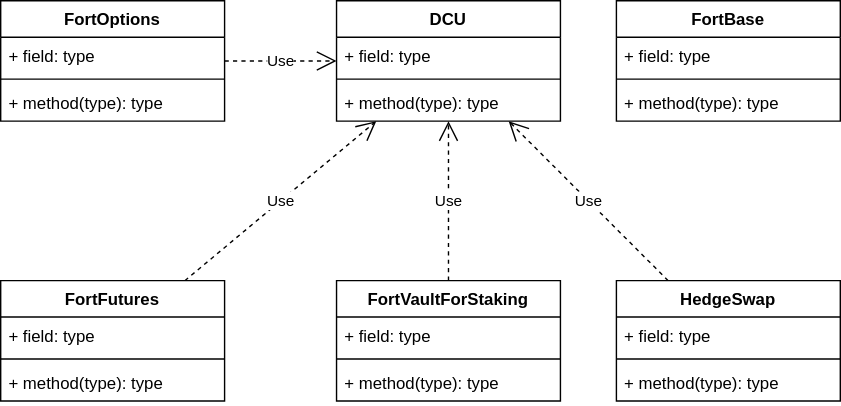
The draw.io diagram docs/structure.svg in NEST-Protocol/NEST-PVM-V1.0, before a commit. Source tidied: cells renumbered, new cells last; positions are measured from the earlier drawing's top-left corner, leaving out a move shared by most shapes.
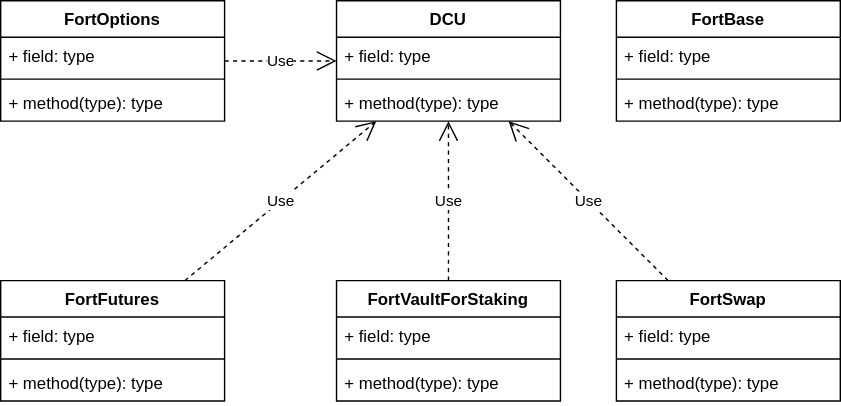
After the change.

Diff of the diagram source:
```diff
@@ -74,7 +74,7 @@
     <mxCell id="25" value="+ method(type): type" style="text;strokeColor=none;fillColor=none;align=left;verticalAlign=top;spacingLeft=4;spacingRight=4;overflow=hidden;" parent="22" vertex="1">
       <mxGeometry y="60" width="160" height="26" as="geometry" />
     </mxCell>
-    <mxCell id="26" value="HedgeSwap" style="swimlane;fontStyle=1;align=center;verticalAlign=top;horizontal=1;startSize=26;" parent="1" vertex="1">
+    <mxCell id="26" value="FortSwap" style="swimlane;fontStyle=1;align=center;verticalAlign=top;horizontal=1;startSize=26;" parent="1" vertex="1">
       <mxGeometry x="440" y="200" width="160" height="86" as="geometry" />
     </mxCell>
     <mxCell id="27" value="+ field: type" style="text;strokeColor=none;fillColor=none;align=left;verticalAlign=top;spacingLeft=4;spacingRight=4;overflow=hidden;" parent="26" vertex="1">
```
